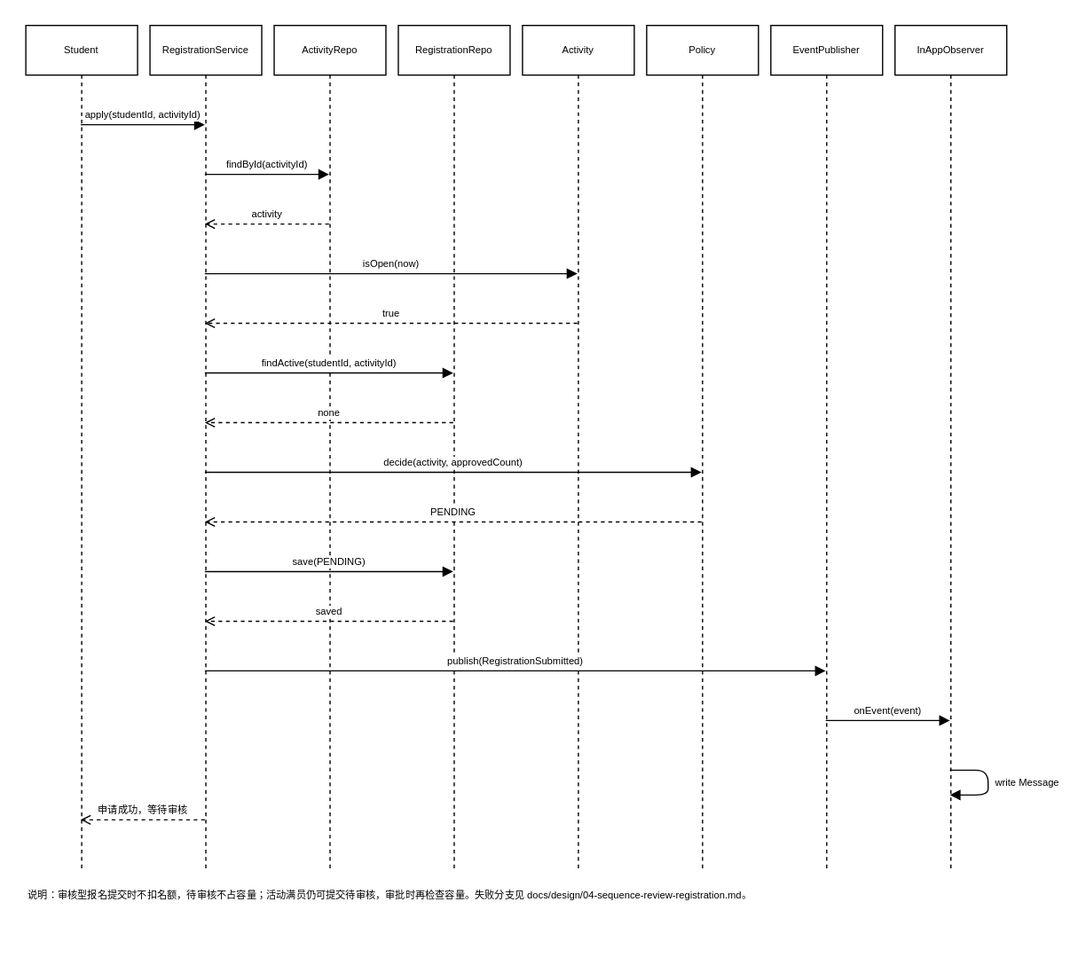
This is docs/design/diagrams/sequence-review.drawio.svg from Cynyun/CampusEvent, a draw.io export, as it was before one commit. Source tidied: cells renumbered, new cells last; positions are measured from the earlier drawing's top-left corner, leaving out a move shared by most shapes.
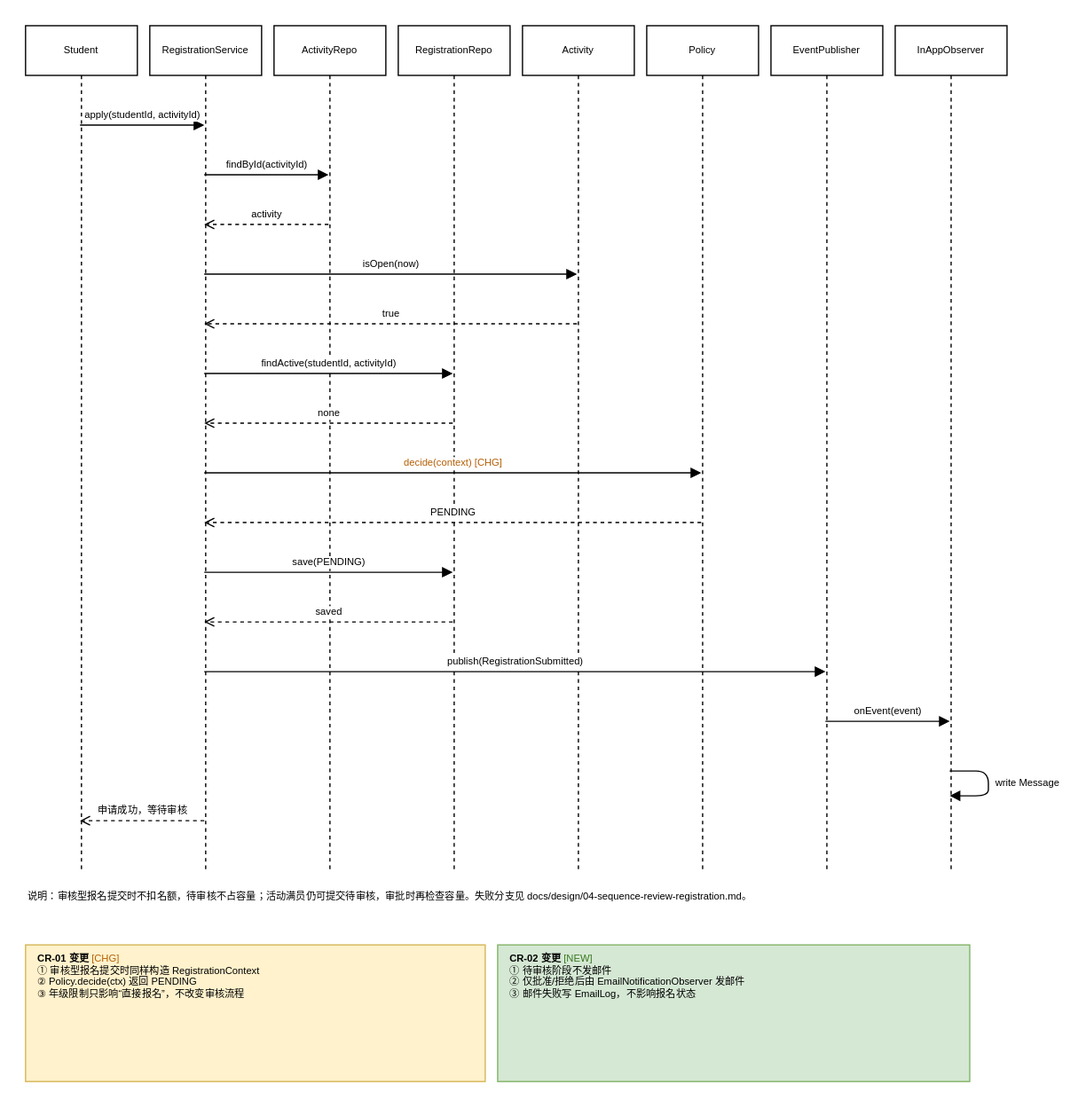
After the commit.

What changed in the source:
```diff
@@ -47,7 +47,7 @@
     <mxCell id="16" value="none" style="verticalAlign=bottom;endArrow=open;dashed=1;fontSize=8;exitX=0.5;exitY=0;exitDy=320;entryX=0.5;entryY=0;entryDy=320;html=1;" parent="1" edge="1" source="5" target="3">
       <mxGeometry relative="1" as="geometry" />
     </mxCell>
-    <mxCell id="17" value="decide(activity, approvedCount)" style="verticalAlign=bottom;endArrow=block;fontSize=8;exitX=0.5;exitY=0;exitDy=360;entryX=0.5;entryY=0;entryDy=360;html=1;" parent="1" edge="1" source="3" target="7">
+    <mxCell id="17" value="decide(context) [CHG]" style="verticalAlign=bottom;endArrow=block;fontSize=8;fontColor=#b45f06;exitX=0.5;exitY=0;exitDy=360;entryX=0.5;entryY=0;entryDy=360;html=1;" parent="1" edge="1" source="3" target="7">
       <mxGeometry relative="1" as="geometry" />
     </mxCell>
     <mxCell id="18" value="PENDING" style="verticalAlign=bottom;endArrow=open;dashed=1;fontSize=8;exitX=0.5;exitY=0;exitDy=400;entryX=0.5;entryY=0;entryDy=400;html=1;" parent="1" edge="1" source="7" target="3">
@@ -79,5 +79,11 @@
     <mxCell id="25" value="说明：审核型报名提交时不扣名额，待审核不占容量；活动满员仍可提交待审核，审批时再检查容量。失败分支见 docs/design/04-sequence-review-registration.md。" style="text;align=left;verticalAlign=top;fontSize=8;fillColor=none;strokeColor=none;whiteSpace=wrap;html=1;" parent="1" vertex="1">
       <mxGeometry y="690" width="760" height="40" as="geometry" />
     </mxCell>
+    <mxCell id="26" value="&lt;b&gt;CR-01 变更&lt;/b&gt; &lt;font color=&quot;#b45f06&quot;&gt;[CHG]&lt;/font&gt;&lt;br&gt;① 审核型报名提交时同样构造 RegistrationContext&lt;br&gt;② Policy.decide(ctx) 返回 PENDING&lt;br&gt;③ 年级限制只影响“直接报名”，不改变审核流程" style="text;align=left;verticalAlign=top;fontSize=8;fillColor=#fff2cc;strokeColor=#d6b656;whiteSpace=wrap;html=1;spacingLeft=8;spacingRight=8;" parent="1" vertex="1">
+      <mxGeometry y="740" width="370" height="110" as="geometry" />
+    </mxCell>
+    <mxCell id="27" value="&lt;b&gt;CR-02 变更&lt;/b&gt; &lt;font color=&quot;#38761d&quot;&gt;[NEW]&lt;/font&gt;&lt;br&gt;① 待审核阶段不发邮件&lt;br&gt;② 仅批准/拒绝后由 EmailNotificationObserver 发邮件&lt;br&gt;③ 邮件失败写 EmailLog，不影响报名状态" style="text;align=left;verticalAlign=top;fontSize=8;fillColor=#d5e8d4;strokeColor=#82b366;whiteSpace=wrap;html=1;spacingLeft=8;spacingRight=8;" parent="1" vertex="1">
+      <mxGeometry x="380" y="740" width="380" height="110" as="geometry" />
+    </mxCell>
   </root>
 </mxGraphModel>
```
